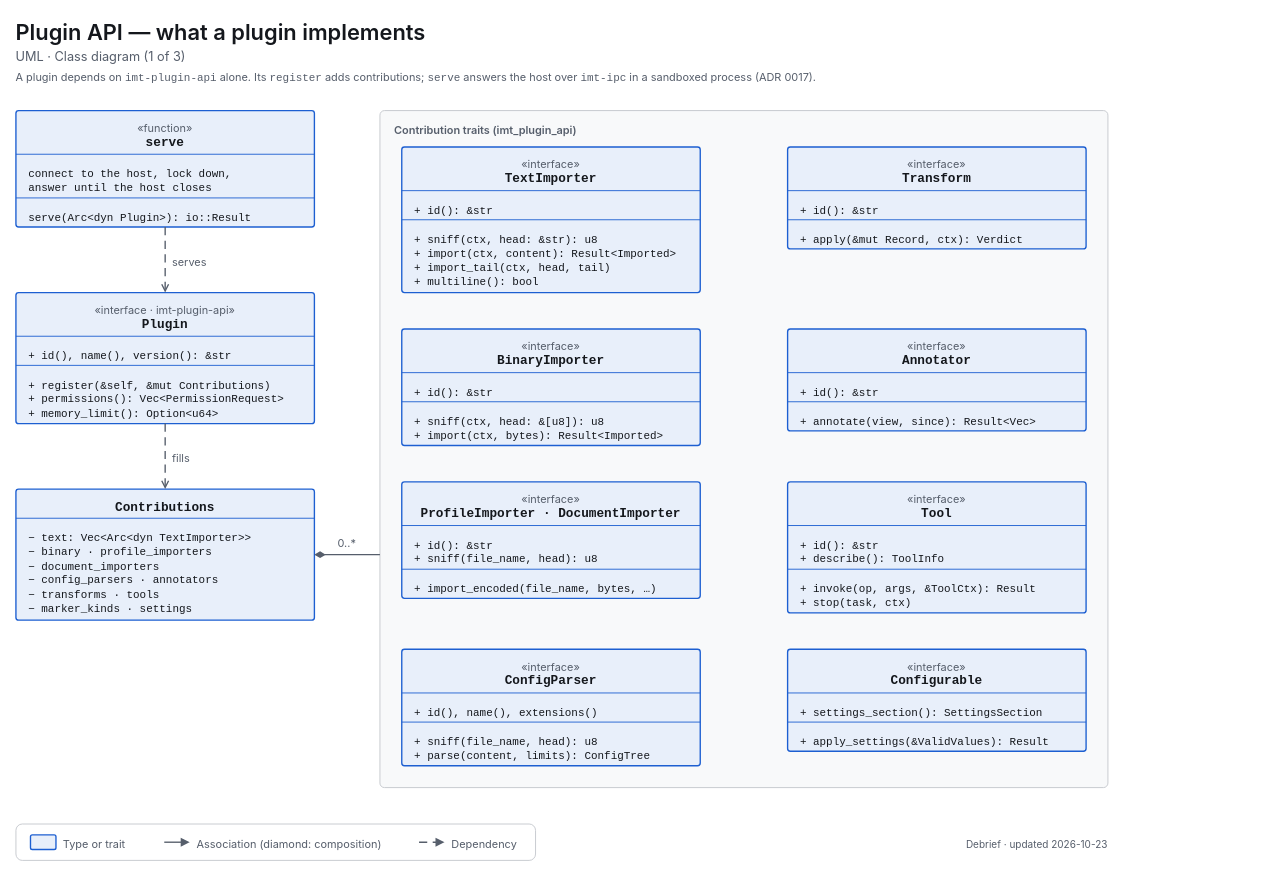
Before: docs/diagrams/uml-class-plugin-api.drawio in decryp7/integrated_maintenance_tool, a draw.io diagram. Source tidied: cells renumbered, new cells numbered last; positions are measured from the earlier drawing's top-left corner, leaving out a move shared by most shapes. Both pictures are drawn from the tidied source at 91%, with x=0, y=0 at pixel (15, 15).
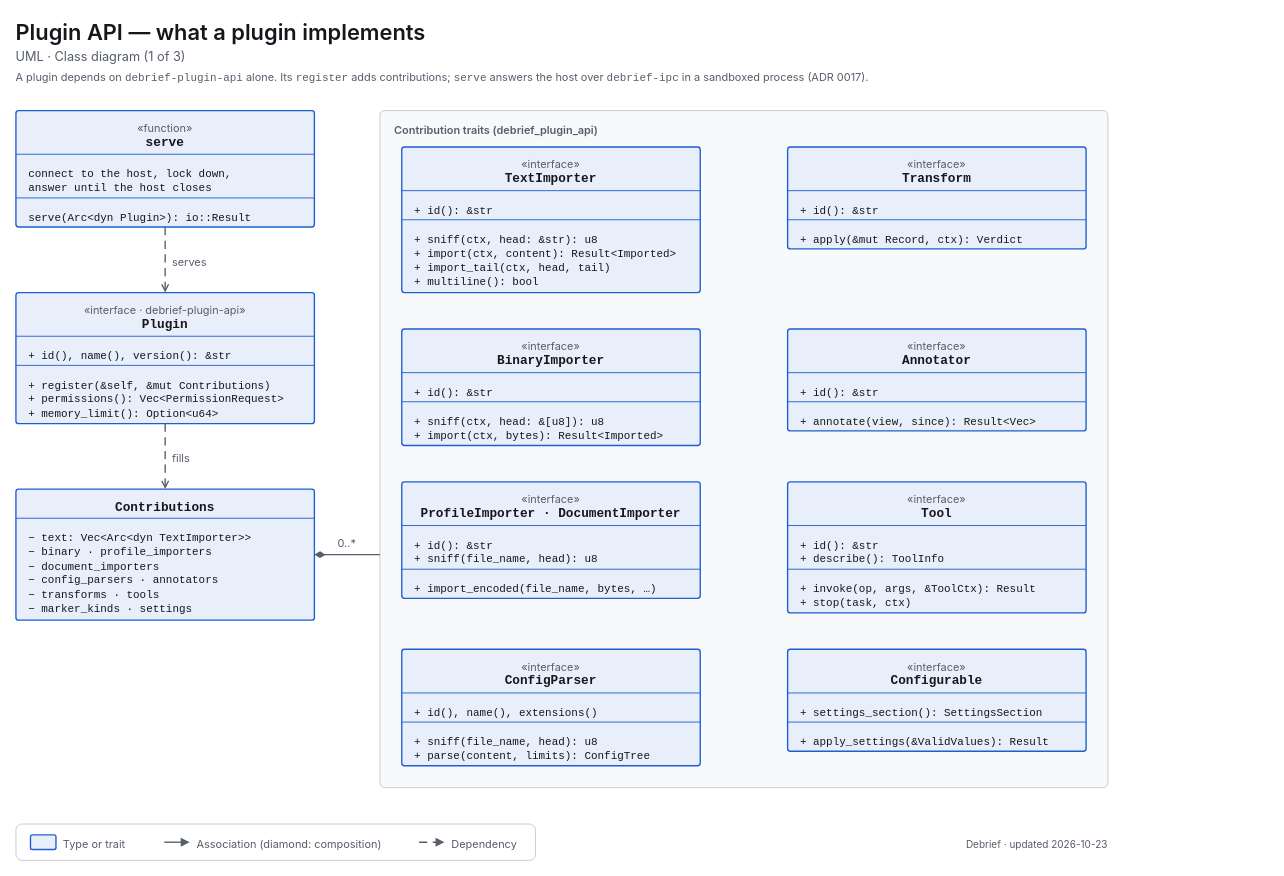
The same page after the edit.

Diff of the diagram source:
```diff
@@
-    <mxCell id="2" value="&lt;span style=&quot;font-size:12px;font-weight:600&quot;&gt;Contribution traits (imt_plugin_api)&lt;/span&gt;" style="html=1;whiteSpace=wrap;fontFamily=-apple-system,BlinkMacSystemFont,Segoe UI,system-ui,sans-serif;fontSize=12;fontColor=light-dark(#14171C,#ECEEF1);rounded=1;absoluteArcSize=1;arcSize=10;strokeWidth=1;strokeColor=light-dark(#C4C7CD,#353A42);fillColor=light-dark(#F8F9FA,#121418);align=left;verticalAlign=top;spacingLeft=14;spacingTop=8;fontColor=light-dark(#565E6B,#A0A7B2);" parent="1" vertex="1">
+    <mxCell id="2" value="&lt;span style=&quot;font-size:12px;font-weight:600&quot;&gt;Contribution traits (debrief_plugin_api)&lt;/span&gt;" style="html=1;whiteSpace=wrap;fontFamily=-apple-system,BlinkMacSystemFont,Segoe UI,system-ui,sans-serif;fontSize=12;fontColor=light-dark(#14171C,#ECEEF1);rounded=1;absoluteArcSize=1;arcSize=10;strokeWidth=1;strokeColor=light-dark(#C4C7CD,#353A42);fillColor=light-dark(#F8F9FA,#121418);align=left;verticalAlign=top;spacingLeft=14;spacingTop=8;fontColor=light-dark(#565E6B,#A0A7B2);" parent="1" vertex="1">
       <mxGeometry x="400" y="104" width="800" height="744" as="geometry" />
     </mxCell>
@@
-    <mxCell id="5" value="&lt;span style=&quot;font-size:12px;font-weight:400&quot;&gt;A plugin depends on &lt;span style=&quot;font-family:ui-monospace,SF Mono,Cascadia Mono,Consolas,monospace;white-space:nowrap&quot;&gt;imt-plugin-api&lt;/span&gt; alone. Its &lt;span style=&quot;font-family:ui-monospace,SF Mono,Cascadia Mono,Consolas,monospace;white-space:nowrap&quot;&gt;register&lt;/span&gt; adds contributions; &lt;span style=&quot;font-family:ui-monospace,SF Mono,Cascadia Mono,Consolas,monospace;white-space:nowrap&quot;&gt;serve&lt;/span&gt; answers the host over &lt;span style=&quot;font-family:ui-monospace,SF Mono,Cascadia Mono,Consolas,monospace;white-space:nowrap&quot;&gt;imt-ipc&lt;/span&gt; in a sandboxed process (ADR 0017).&lt;/span&gt;" style="html=1;whiteSpace=wrap;fontFamily=-apple-system,BlinkMacSystemFont,Segoe UI,system-ui,sans-serif;fontSize=12;fontColor=light-dark(#14171C,#ECEEF1);text;strokeColor=none;fillColor=none;align=left;verticalAlign=top;spacing=0;fontColor=light-dark(#565E6B,#A0A7B2);" parent="1" vertex="1">
+    <mxCell id="5" value="&lt;span style=&quot;font-size:12px;font-weight:400&quot;&gt;A plugin depends on &lt;span style=&quot;font-family:ui-monospace,SF Mono,Cascadia Mono,Consolas,monospace;white-space:nowrap&quot;&gt;debrief-plugin-api&lt;/span&gt; alone. Its &lt;span style=&quot;font-family:ui-monospace,SF Mono,Cascadia Mono,Consolas,monospace;white-space:nowrap&quot;&gt;register&lt;/span&gt; adds contributions; &lt;span style=&quot;font-family:ui-monospace,SF Mono,Cascadia Mono,Consolas,monospace;white-space:nowrap&quot;&gt;serve&lt;/span&gt; answers the host over &lt;span style=&quot;font-family:ui-monospace,SF Mono,Cascadia Mono,Consolas,monospace;white-space:nowrap&quot;&gt;debrief-ipc&lt;/span&gt; in a sandboxed process (ADR 0017).&lt;/span&gt;" style="html=1;whiteSpace=wrap;fontFamily=-apple-system,BlinkMacSystemFont,Segoe UI,system-ui,sans-serif;fontSize=12;fontColor=light-dark(#14171C,#ECEEF1);text;strokeColor=none;fillColor=none;align=left;verticalAlign=top;spacing=0;fontColor=light-dark(#565E6B,#A0A7B2);" parent="1" vertex="1">
       <mxGeometry y="56" width="1376" height="20" as="geometry" />
     </mxCell>
@@
-    <mxCell id="11" value="&lt;span style=&quot;font-size:12px;color:light-dark(#565E6B,#A0A7B2)&quot;&gt;«interface · imt-plugin-api»&lt;/span&gt;&lt;br&gt;&lt;span style=&quot;font-size:14px;font-weight:600;font-family:ui-monospace,SF Mono,Cascadia Mono,Consolas,monospace&quot;&gt;Plugin&lt;/span&gt;" style="html=1;whiteSpace=wrap;fontFamily=-apple-system,BlinkMacSystemFont,Segoe UI,system-ui,sans-serif;fontSize=12;fontColor=light-dark(#14171C,#ECEEF1);rounded=1;absoluteArcSize=1;arcSize=6;strokeWidth=1.5;strokeColor=light-dark(#1D5FD1,#5B9BFF);fillColor=light-dark(#E8EFFA,#202C3F);align=center;verticalAlign=top;spacingTop=6;" parent="1" vertex="1">
+    <mxCell id="11" value="&lt;span style=&quot;font-size:12px;color:light-dark(#565E6B,#A0A7B2)&quot;&gt;«interface · debrief-plugin-api»&lt;/span&gt;&lt;br&gt;&lt;span style=&quot;font-size:14px;font-weight:600;font-family:ui-monospace,SF Mono,Cascadia Mono,Consolas,monospace&quot;&gt;Plugin&lt;/span&gt;" style="html=1;whiteSpace=wrap;fontFamily=-apple-system,BlinkMacSystemFont,Segoe UI,system-ui,sans-serif;fontSize=12;fontColor=light-dark(#14171C,#ECEEF1);rounded=1;absoluteArcSize=1;arcSize=6;strokeWidth=1.5;strokeColor=light-dark(#1D5FD1,#5B9BFF);fillColor=light-dark(#E8EFFA,#202C3F);align=center;verticalAlign=top;spacingTop=6;" parent="1" vertex="1">
       <mxGeometry y="304" width="328" height="144" as="geometry" />
     </mxCell>
```
